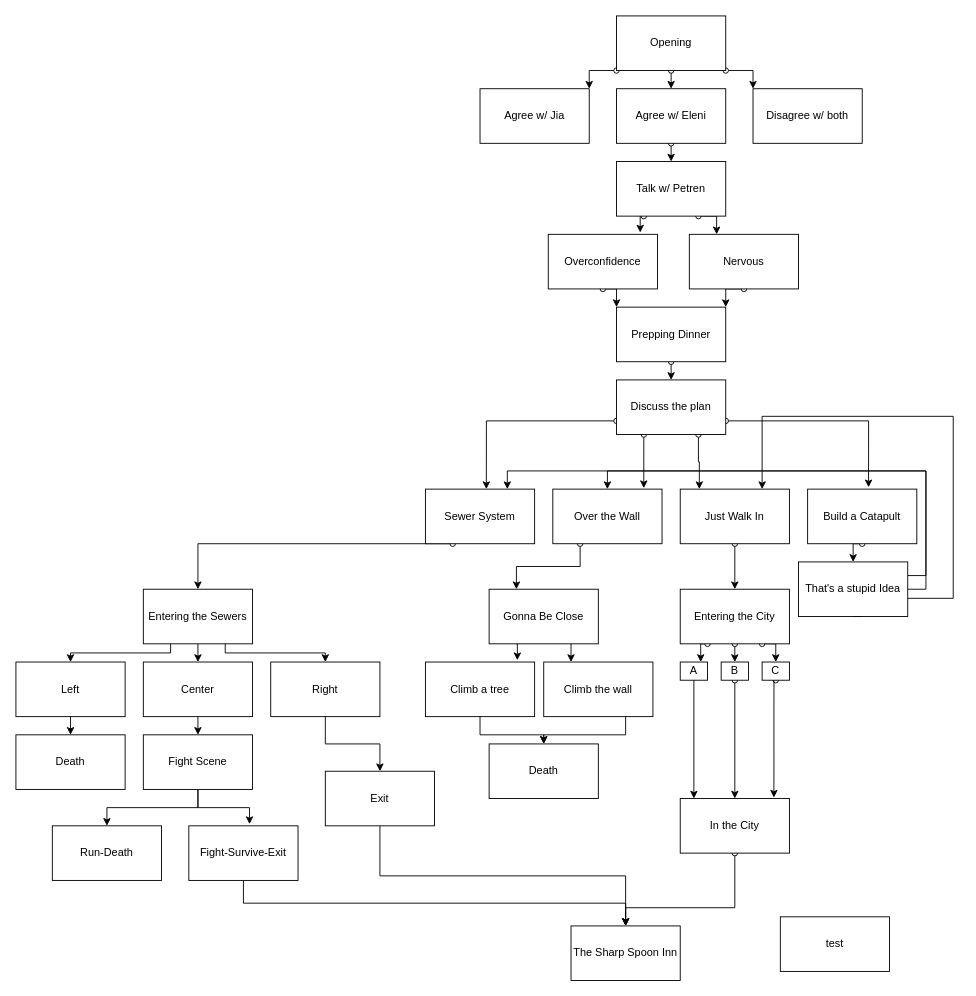
This is books/AEK/story_diagram/diagram.drawio from JoelNiemela/AEK, a draw.io file, before an edit. Source tidied: cells renumbered, new cells numbered last; positions are measured from the earlier drawing's top-left corner, leaving out a move shared by most shapes. Both pictures are drawn from the tidied source at 91%, with x=0, y=0 at pixel (15, 15).
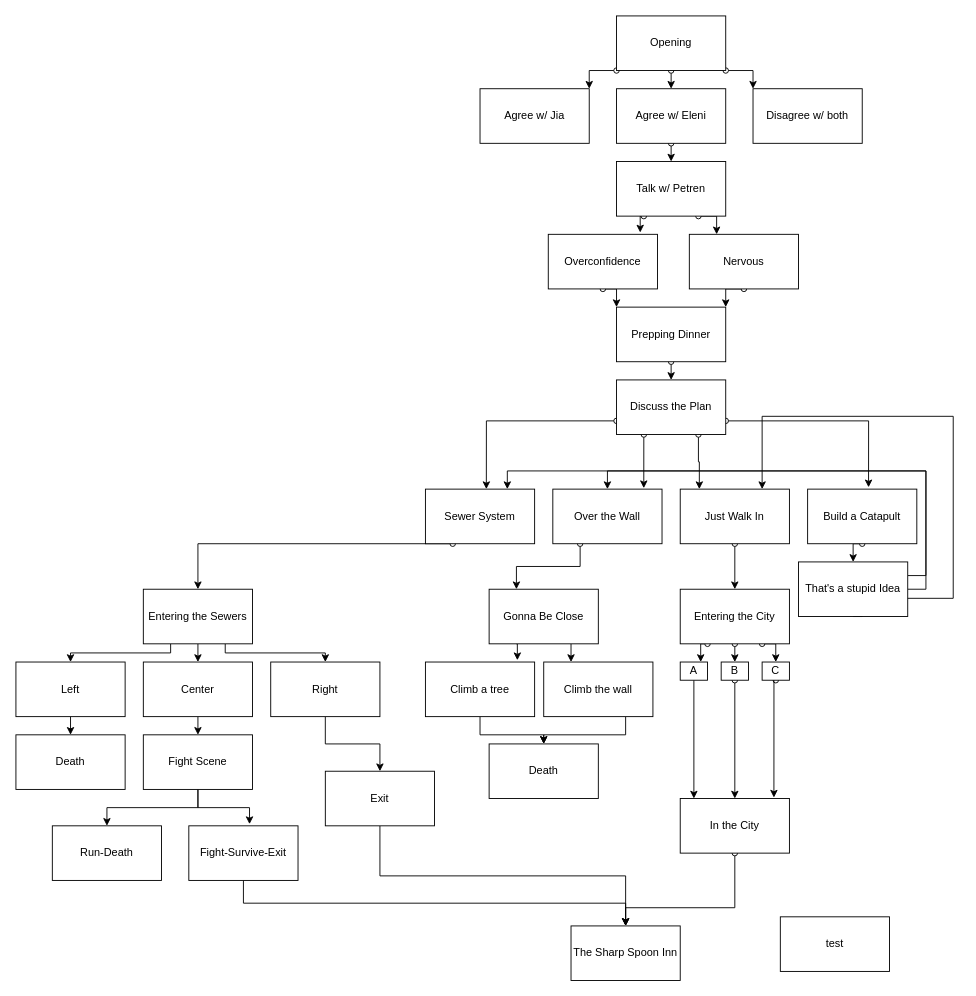
Above is the later version.

Change to the diagram source:
```diff
@@
-    <mxCell id="23" value="Discuss the plan" style="rounded=0;whiteSpace=wrap;html=1;" parent="1" vertex="1">
+    <mxCell id="23" value="Discuss the Plan" style="rounded=0;whiteSpace=wrap;html=1;" parent="1" vertex="1">
       <mxGeometry x="660" y="400" width="120" height="60" as="geometry" />
     </mxCell>
```
